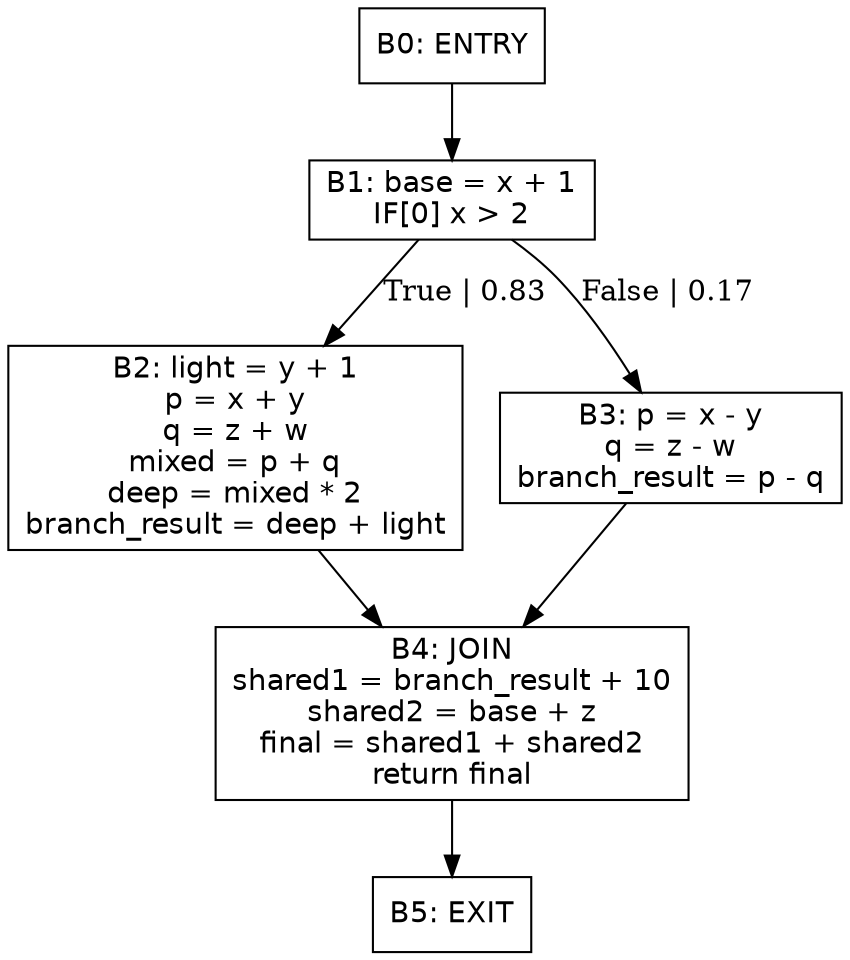
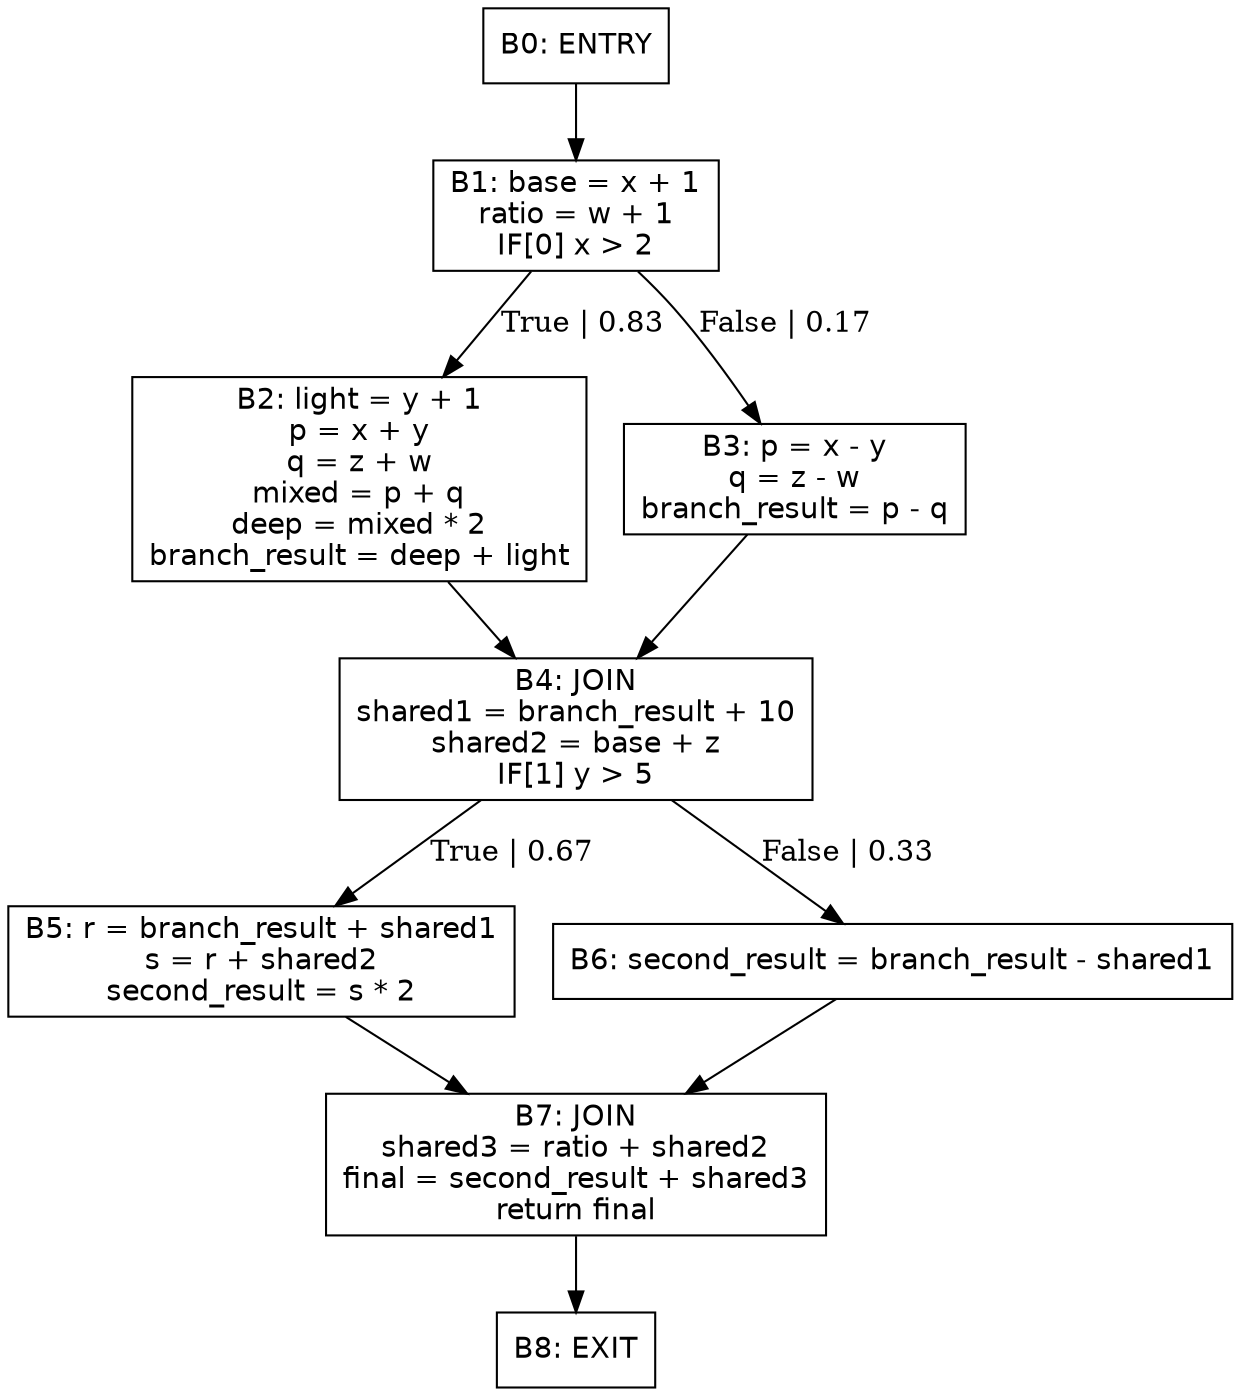
digraph CFG {
  rankdir=TB;
  node [shape=box, fontname=Helvetica];
  B0 [label="B0: ENTRY"];
-   B1 [label="B1: base = x + 1\nIF[0] x > 2"];
+   B1 [label="B1: base = x + 1\nratio = w + 1\nIF[0] x > 2"];
  B2 [label="B2: light = y + 1\np = x + y\nq = z + w\nmixed = p + q\ndeep = mixed * 2\nbranch_result = deep + light"];
  B3 [label="B3: p = x - y\nq = z - w\nbranch_result = p - q"];
-   B4 [label="B4: JOIN\nshared1 = branch_result + 10\nshared2 = base + z\nfinal = shared1 + shared2\nreturn final"];
-   B5 [label="B5: EXIT"];
+   B4 [label="B4: JOIN\nshared1 = branch_result + 10\nshared2 = base + z\nIF[1] y > 5"];
+   B5 [label="B5: r = branch_result + shared1\ns = r + shared2\nsecond_result = s * 2"];
+   B6 [label="B6: second_result = branch_result - shared1"];
+   B7 [label="B7: JOIN\nshared3 = ratio + shared2\nfinal = second_result + shared3\nreturn final"];
+   B8 [label="B8: EXIT"];
  B0 -> B1;
  B1 -> B2 [label="True | 0.83"];
  B1 -> B3 [label="False | 0.17"];
  B2 -> B4;
  B3 -> B4;
-   B4 -> B5;
+   B4 -> B5 [label="True | 0.67"];
+   B4 -> B6 [label="False | 0.33"];
+   B5 -> B7;
+   B6 -> B7;
+   B7 -> B8;
}